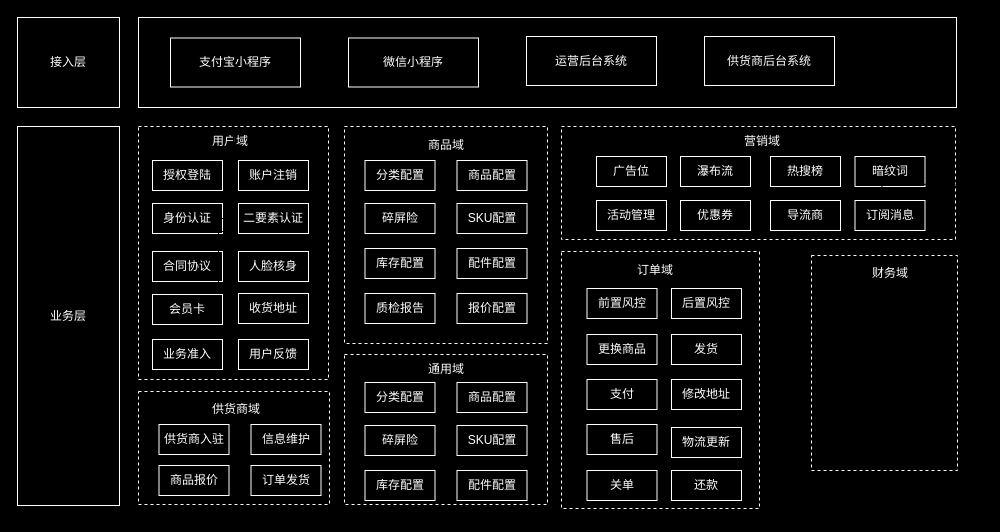
This is 业务架构.drawio from zhaoershuang/flow-chart, a draw.io file, before an edit. Source tidied: cells renumbered, new cells numbered last; positions are measured from the earlier drawing's top-left corner, leaving out a move shared by most shapes. Both pictures are drawn from the tidied source at 100%, with x=0, y=0 at pixel (17, 17).
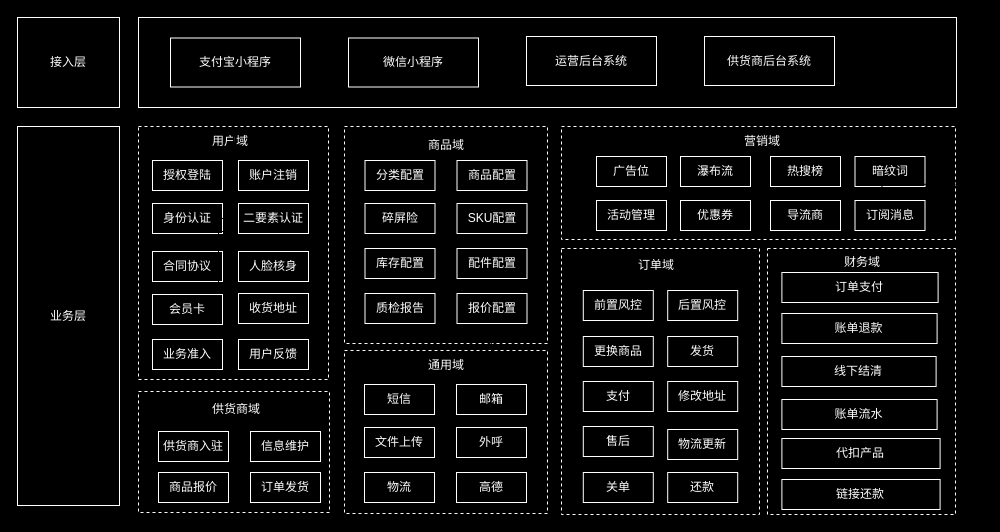
Above is the later version.

Commit message (it also covers changes not shown here):
更新业务架构.drawio

Unchanged cells that the change refers to:
```xml
<mxCell id="58" value="报价配置" style="rounded=0;whiteSpace=wrap;html=1;labelBackgroundColor=none;fillColor=none;strokeWidth=1;strokeColor=#FFFFFF;fontColor=#ffffff;" parent="1" vertex="1">
  <mxGeometry x="439.5" y="276" width="70" height="30" as="geometry" />
</mxCell>
```

What changed in the source:
```diff
@@
     <mxCell id="2" style="rounded=0;whiteSpace=wrap;html=1;labelBackgroundColor=none;fillColor=none;strokeWidth=1;strokeColor=#FFFFFF;dashed=1;fontColor=#FEFAE0;" parent="1" vertex="1">
-      <mxGeometry x="544" y="234" width="198" height="257" as="geometry" />
+      <mxGeometry x="544" y="231" width="198" height="266" as="geometry" />
     </mxCell>
@@
     <mxCell id="17" value="前置风控" style="rounded=0;whiteSpace=wrap;html=1;labelBackgroundColor=none;fillColor=none;strokeWidth=1;strokeColor=#FFFFFF;fontColor=#ffffff;" parent="1" vertex="1">
-      <mxGeometry x="569.5" y="271" width="70" height="30" as="geometry" />
+      <mxGeometry x="565.8" y="273" width="70" height="30" as="geometry" />
     </mxCell>
     <mxCell id="18" value="后置风控" style="rounded=0;whiteSpace=wrap;html=1;labelBackgroundColor=none;fillColor=none;strokeWidth=1;strokeColor=#FFFFFF;fontColor=#ffffff;" parent="1" vertex="1">
-      <mxGeometry x="654" y="271" width="70" height="30" as="geometry" />
+      <mxGeometry x="650.2" y="273" width="70" height="30" as="geometry" />
     </mxCell>
@@
     <mxCell id="28" style="rounded=0;whiteSpace=wrap;html=1;labelBackgroundColor=none;fillColor=none;strokeWidth=1;strokeColor=#FFFFFF;dashed=1;fontColor=#FEFAE0;" parent="1" vertex="1">
-      <mxGeometry x="121" y="374" width="191" height="113" as="geometry" />
+      <mxGeometry x="121" y="374" width="191" height="121" as="geometry" />
     </mxCell>
@@
     <mxCell id="35" value="&lt;font color=&quot;#ffffff&quot;&gt;订单域&lt;/font&gt;" style="text;html=1;align=center;verticalAlign=middle;whiteSpace=wrap;rounded=0;labelBackgroundColor=none;fontColor=#FEFAE0;strokeColor=none;" parent="1" vertex="1">
-      <mxGeometry x="608" y="238" width="60" height="30" as="geometry" />
+      <mxGeometry x="609" y="233" width="60" height="30" as="geometry" />
     </mxCell>
-    <mxCell id="36" style="rounded=0;whiteSpace=wrap;html=1;labelBackgroundColor=none;fillColor=none;strokeWidth=1;strokeColor=#FFFFFF;dashed=1;fontColor=#FEFAE0;" parent="1" vertex="1">
-      <mxGeometry x="794" y="238" width="146" height="215" as="geometry" />
-    </mxCell>
-    <mxCell id="37" value="&lt;font color=&quot;#ffffff&quot;&gt;财务域&lt;/font&gt;" style="text;html=1;align=center;verticalAlign=middle;whiteSpace=wrap;rounded=0;labelBackgroundColor=none;fontColor=#FEFAE0;strokeColor=none;" parent="1" vertex="1">
-      <mxGeometry x="842.5" y="241" width="60" height="30" as="geometry" />
-    </mxCell>
     <mxCell id="38" value="供货商入驻" style="rounded=0;whiteSpace=wrap;html=1;labelBackgroundColor=none;fillColor=none;strokeWidth=1;strokeColor=#FFFFFF;fontColor=#ffffff;" parent="1" vertex="1">
-      <mxGeometry x="141.5" y="407" width="70" height="30" as="geometry" />
+      <mxGeometry x="141" y="414" width="70" height="30" as="geometry" />
     </mxCell>
     <mxCell id="39" value="信息维护" style="rounded=0;whiteSpace=wrap;html=1;labelBackgroundColor=none;fillColor=none;strokeWidth=1;strokeColor=#FFFFFF;fontColor=#ffffff;" parent="1" vertex="1">
-      <mxGeometry x="233.5" y="407" width="70" height="30" as="geometry" />
+      <mxGeometry x="233" y="414" width="70" height="30" as="geometry" />
     </mxCell>
@@
     <mxCell id="44" value="商品报价" style="rounded=0;whiteSpace=wrap;html=1;labelBackgroundColor=none;fillColor=none;strokeWidth=1;strokeColor=#FFFFFF;fontColor=#ffffff;" parent="1" vertex="1">
-      <mxGeometry x="141.5" y="448" width="70" height="30" as="geometry" />
+      <mxGeometry x="141" y="455" width="70" height="30" as="geometry" />
     </mxCell>
     <mxCell id="45" value="订单发货" style="rounded=0;whiteSpace=wrap;html=1;labelBackgroundColor=none;fillColor=none;strokeWidth=1;strokeColor=#FFFFFF;fontColor=#ffffff;" parent="1" vertex="1">
-      <mxGeometry x="233.5" y="448" width="70" height="30" as="geometry" />
+      <mxGeometry x="233" y="455" width="70" height="30" as="geometry" />
     </mxCell>
@@
     <mxCell id="59" value="发货" style="rounded=0;whiteSpace=wrap;html=1;labelBackgroundColor=none;fillColor=none;strokeWidth=1;strokeColor=#FFFFFF;fontColor=#ffffff;" parent="1" vertex="1">
-      <mxGeometry x="654" y="317" width="70" height="30" as="geometry" />
+      <mxGeometry x="650.2" y="319" width="70" height="30" as="geometry" />
     </mxCell>
     <mxCell id="60" value="更换商品" style="rounded=0;whiteSpace=wrap;html=1;labelBackgroundColor=none;fillColor=none;strokeWidth=1;strokeColor=#FFFFFF;fontColor=#ffffff;" parent="1" vertex="1">
-      <mxGeometry x="569.5" y="317" width="70" height="30" as="geometry" />
+      <mxGeometry x="565.8" y="319" width="70" height="30" as="geometry" />
     </mxCell>
     <mxCell id="61" value="售后" style="rounded=0;whiteSpace=wrap;html=1;labelBackgroundColor=none;fillColor=none;strokeWidth=1;strokeColor=#FFFFFF;fontColor=#ffffff;" parent="1" vertex="1">
-      <mxGeometry x="569.5" y="407" width="70" height="30" as="geometry" />
+      <mxGeometry x="565.8" y="409" width="70" height="30" as="geometry" />
     </mxCell>
     <mxCell id="62" value="支付" style="rounded=0;whiteSpace=wrap;html=1;labelBackgroundColor=none;fillColor=none;strokeWidth=1;strokeColor=#FFFFFF;fontColor=#ffffff;" parent="1" vertex="1">
-      <mxGeometry x="569.5" y="362" width="70" height="30" as="geometry" />
+      <mxGeometry x="565.8" y="364" width="70" height="30" as="geometry" />
     </mxCell>
     <mxCell id="63" value="还款" style="rounded=0;whiteSpace=wrap;html=1;labelBackgroundColor=none;fillColor=none;strokeWidth=1;strokeColor=#FFFFFF;fontColor=#ffffff;" parent="1" vertex="1">
-      <mxGeometry x="654" y="453" width="70" height="30" as="geometry" />
+      <mxGeometry x="650.2" y="455" width="70" height="30" as="geometry" />
     </mxCell>
     <mxCell id="64" value="关单" style="rounded=0;whiteSpace=wrap;html=1;labelBackgroundColor=none;fillColor=none;strokeWidth=1;strokeColor=#FFFFFF;fontColor=#ffffff;" parent="1" vertex="1">
-      <mxGeometry x="569.5" y="453" width="70" height="30" as="geometry" />
+      <mxGeometry x="565.8" y="455" width="70" height="30" as="geometry" />
     </mxCell>
     <mxCell id="65" value="修改地址" style="rounded=0;whiteSpace=wrap;html=1;labelBackgroundColor=none;fillColor=none;strokeWidth=1;strokeColor=#FFFFFF;fontColor=#ffffff;" parent="1" vertex="1">
-      <mxGeometry x="654" y="362" width="70" height="30" as="geometry" />
+      <mxGeometry x="650.2" y="364" width="70" height="30" as="geometry" />
     </mxCell>
     <mxCell id="66" value="物流更新" style="rounded=0;whiteSpace=wrap;html=1;labelBackgroundColor=none;fillColor=none;strokeWidth=1;strokeColor=#FFFFFF;fontColor=#ffffff;" parent="1" vertex="1">
-      <mxGeometry x="654" y="410" width="70" height="30" as="geometry" />
+      <mxGeometry x="650.2" y="412" width="70" height="30" as="geometry" />
     </mxCell>
     <mxCell id="67" style="rounded=0;whiteSpace=wrap;html=1;labelBackgroundColor=none;fillColor=none;strokeWidth=1;strokeColor=#FFFFFF;dashed=1;fontColor=#FEFAE0;" parent="1" vertex="1">
-      <mxGeometry x="327" y="337" width="203" height="150" as="geometry" />
+      <mxGeometry x="327" y="333" width="203" height="163" as="geometry" />
     </mxCell>
     <mxCell id="68" style="edgeStyle=orthogonalEdgeStyle;rounded=0;jettySize=auto;html=1;" parent="1" edge="1" target="70">
       <mxGeometry relative="1" as="geometry">
-        <mxPoint x="428.5" y="365" as="sourcePoint" />
+        <mxPoint x="428" y="367" as="sourcePoint" />
       </mxGeometry>
     </mxCell>
     <mxCell id="69" value="&lt;font color=&quot;#ffffff&quot;&gt;通用域&lt;/font&gt;" style="text;html=1;align=center;verticalAlign=middle;whiteSpace=wrap;rounded=0;labelBackgroundColor=none;fontColor=#FEFAE0;strokeColor=none;" parent="1" vertex="1">
-      <mxGeometry x="398.5" y="337" width="60" height="30" as="geometry" />
+      <mxGeometry x="398.5" y="333" width="60" height="30" as="geometry" />
     </mxCell>
-    <mxCell id="70" value="分类配置" style="rounded=0;whiteSpace=wrap;html=1;labelBackgroundColor=none;fillColor=none;strokeWidth=1;strokeColor=#FFFFFF;fontColor=#ffffff;" parent="1" vertex="1">
-      <mxGeometry x="347.5" y="365" width="70" height="30" as="geometry" />
+    <mxCell id="70" value="短信" style="rounded=0;whiteSpace=wrap;html=1;labelBackgroundColor=none;fillColor=none;strokeWidth=1;strokeColor=#FFFFFF;fontColor=#ffffff;" parent="1" vertex="1">
+      <mxGeometry x="347" y="367" width="70" height="30" as="geometry" />
     </mxCell>
+    <mxCell id="76" style="edgeStyle=orthogonalEdgeStyle;rounded=0;jettySize=auto;html=1;" parent="1" edge="1" source="71" target="58">
+      <mxGeometry relative="1" as="geometry" />
+    </mxCell>
-    <mxCell id="71" value="商品配置" style="rounded=0;whiteSpace=wrap;html=1;labelBackgroundColor=none;fillColor=none;strokeWidth=1;strokeColor=#FFFFFF;fontColor=#ffffff;" parent="1" vertex="1">
-      <mxGeometry x="439.5" y="365" width="70" height="30" as="geometry" />
+    <mxCell id="71" value="邮箱" style="rounded=0;whiteSpace=wrap;html=1;labelBackgroundColor=none;fillColor=none;strokeWidth=1;strokeColor=#FFFFFF;fontColor=#ffffff;" parent="1" vertex="1">
+      <mxGeometry x="439" y="367" width="70" height="30" as="geometry" />
     </mxCell>
-    <mxCell id="72" value="碎屏险" style="rounded=0;whiteSpace=wrap;html=1;labelBackgroundColor=none;fillColor=none;strokeWidth=1;strokeColor=#FFFFFF;fontColor=#ffffff;" parent="1" vertex="1">
-      <mxGeometry x="347.5" y="408" width="70" height="30" as="geometry" />
+    <mxCell id="72" value="文件上传" style="rounded=0;whiteSpace=wrap;html=1;labelBackgroundColor=none;fillColor=none;strokeWidth=1;strokeColor=#FFFFFF;fontColor=#ffffff;" parent="1" vertex="1">
+      <mxGeometry x="347" y="410" width="70" height="30" as="geometry" />
     </mxCell>
-    <mxCell id="73" value="SKU配置" style="rounded=0;whiteSpace=wrap;html=1;labelBackgroundColor=none;fillColor=none;strokeWidth=1;strokeColor=#FFFFFF;fontColor=#ffffff;" parent="1" vertex="1">
-      <mxGeometry x="439.5" y="408" width="70" height="30" as="geometry" />
+    <mxCell id="73" value="外呼" style="rounded=0;whiteSpace=wrap;html=1;labelBackgroundColor=none;fillColor=none;strokeWidth=1;strokeColor=#FFFFFF;fontColor=#ffffff;" parent="1" vertex="1">
+      <mxGeometry x="439" y="410" width="70" height="30" as="geometry" />
     </mxCell>
-    <mxCell id="74" value="库存配置" style="rounded=0;whiteSpace=wrap;html=1;labelBackgroundColor=none;fillColor=none;strokeWidth=1;strokeColor=#FFFFFF;fontColor=#ffffff;" parent="1" vertex="1">
-      <mxGeometry x="347.5" y="453" width="70" height="30" as="geometry" />
+    <mxCell id="74" value="物流" style="rounded=0;whiteSpace=wrap;html=1;labelBackgroundColor=none;fillColor=none;strokeWidth=1;strokeColor=#FFFFFF;fontColor=#ffffff;" parent="1" vertex="1">
+      <mxGeometry x="347" y="455" width="70" height="30" as="geometry" />
     </mxCell>
-    <mxCell id="75" value="配件配置" style="rounded=0;whiteSpace=wrap;html=1;labelBackgroundColor=none;fillColor=none;strokeWidth=1;strokeColor=#FFFFFF;fontColor=#ffffff;" parent="1" vertex="1">
-      <mxGeometry x="439.5" y="453" width="70" height="30" as="geometry" />
+    <mxCell id="75" value="高德" style="rounded=0;whiteSpace=wrap;html=1;labelBackgroundColor=none;fillColor=none;strokeWidth=1;strokeColor=#FFFFFF;fontColor=#ffffff;" parent="1" vertex="1">
+      <mxGeometry x="439" y="455" width="70" height="30" as="geometry" />
     </mxCell>
+    <mxCell id="77" style="rounded=0;whiteSpace=wrap;html=1;labelBackgroundColor=none;fillColor=none;strokeWidth=1;strokeColor=#FFFFFF;dashed=1;fontColor=#FEFAE0;" parent="1" vertex="1">
+      <mxGeometry x="750" y="231" width="188" height="266" as="geometry" />
+    </mxCell>
+    <mxCell id="78" value="订单支付" style="rounded=0;whiteSpace=wrap;html=1;labelBackgroundColor=none;fillColor=none;strokeWidth=1;strokeColor=#FFFFFF;fontColor=#ffffff;" parent="1" vertex="1">
+      <mxGeometry x="764.4" y="255" width="156.2" height="30" as="geometry" />
+    </mxCell>
+    <mxCell id="79" value="账单流水" style="rounded=0;whiteSpace=wrap;html=1;labelBackgroundColor=none;fillColor=none;strokeWidth=1;strokeColor=#FFFFFF;fontColor=#ffffff;" parent="1" vertex="1">
+      <mxGeometry x="764.4" y="382" width="155.2" height="30" as="geometry" />
+    </mxCell>
+    <mxCell id="37" value="&lt;font color=&quot;#ffffff&quot;&gt;财务域&lt;/font&gt;" style="text;html=1;align=center;verticalAlign=middle;whiteSpace=wrap;rounded=0;labelBackgroundColor=none;fontColor=#FEFAE0;strokeColor=none;" parent="1" vertex="1">
+      <mxGeometry x="815" y="230" width="60" height="30" as="geometry" />
+    </mxCell>
+    <mxCell id="80" value="代扣产品" style="rounded=0;whiteSpace=wrap;html=1;labelBackgroundColor=none;fillColor=none;strokeWidth=1;strokeColor=#FFFFFF;fontColor=#ffffff;" parent="1" vertex="1">
+      <mxGeometry x="764.4" y="421" width="158.2" height="30" as="geometry" />
+    </mxCell>
+    <mxCell id="81" value="账单退款" style="rounded=0;whiteSpace=wrap;html=1;labelBackgroundColor=none;fillColor=none;strokeWidth=1;strokeColor=#FFFFFF;fontColor=#ffffff;" parent="1" vertex="1">
+      <mxGeometry x="764.4" y="296" width="155.2" height="30" as="geometry" />
+    </mxCell>
+    <mxCell id="82" value="线下结清" style="rounded=0;whiteSpace=wrap;html=1;labelBackgroundColor=none;fillColor=none;strokeWidth=1;strokeColor=#FFFFFF;fontColor=#ffffff;" parent="1" vertex="1">
+      <mxGeometry x="764.4" y="339" width="154.2" height="30" as="geometry" />
+    </mxCell>
+    <mxCell id="83" value="链接还款" style="rounded=0;whiteSpace=wrap;html=1;labelBackgroundColor=none;fillColor=none;strokeWidth=1;strokeColor=#FFFFFF;fontColor=#ffffff;" parent="1" vertex="1">
+      <mxGeometry x="764.4" y="462" width="158.2" height="30" as="geometry" />
+    </mxCell>
```
